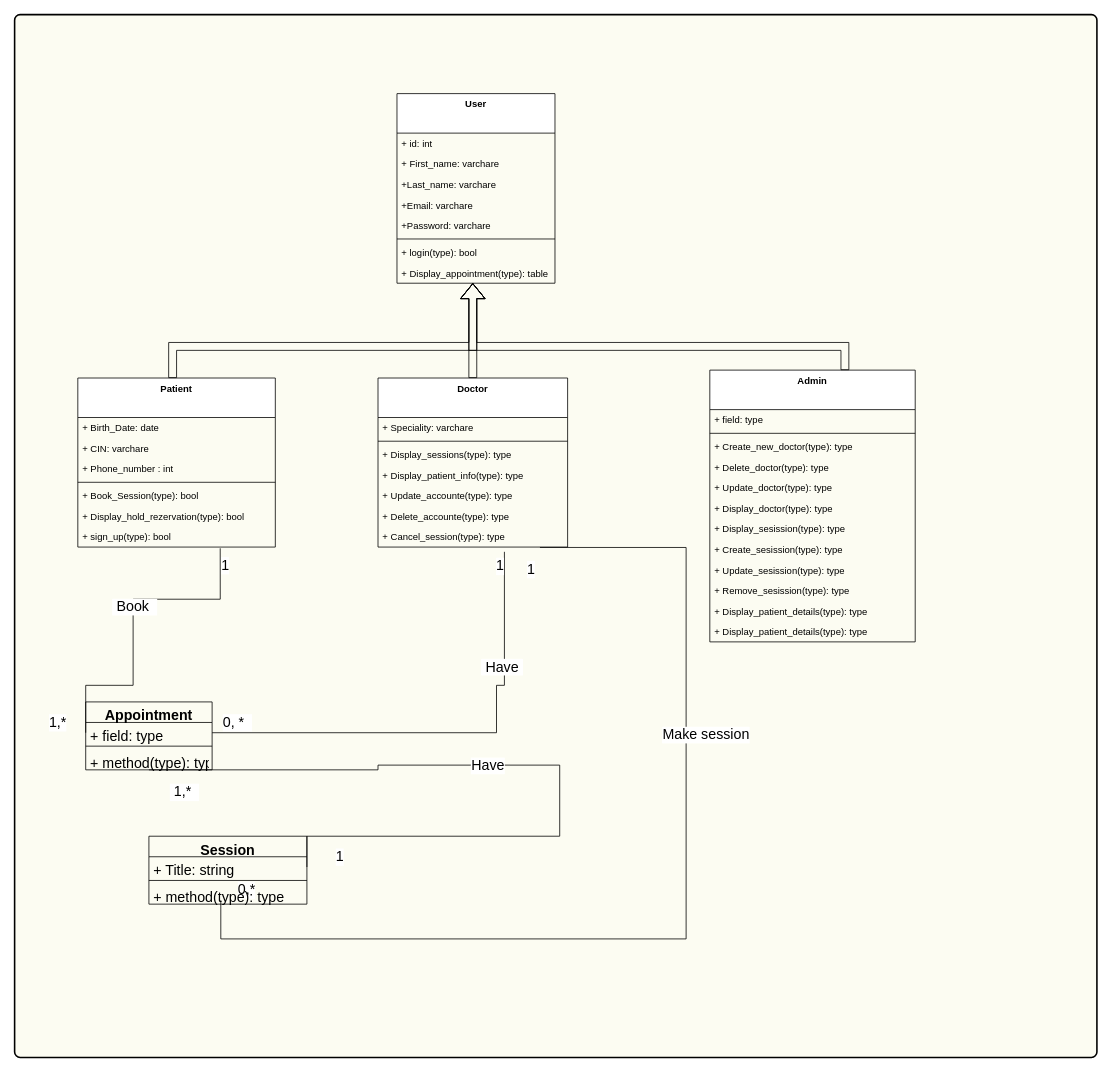
The draw.io diagram Diagramme sans nom.drawio in mjidelouss/Hospital-Management-System, before the edit. Source tidied: cells renumbered, new cells numbered last; positions are measured from the earlier drawing's top-left corner, leaving out a move shared by most shapes. Both pictures are drawn from the tidied source at 79%, with x=0, y=0 at pixel (14, 14).
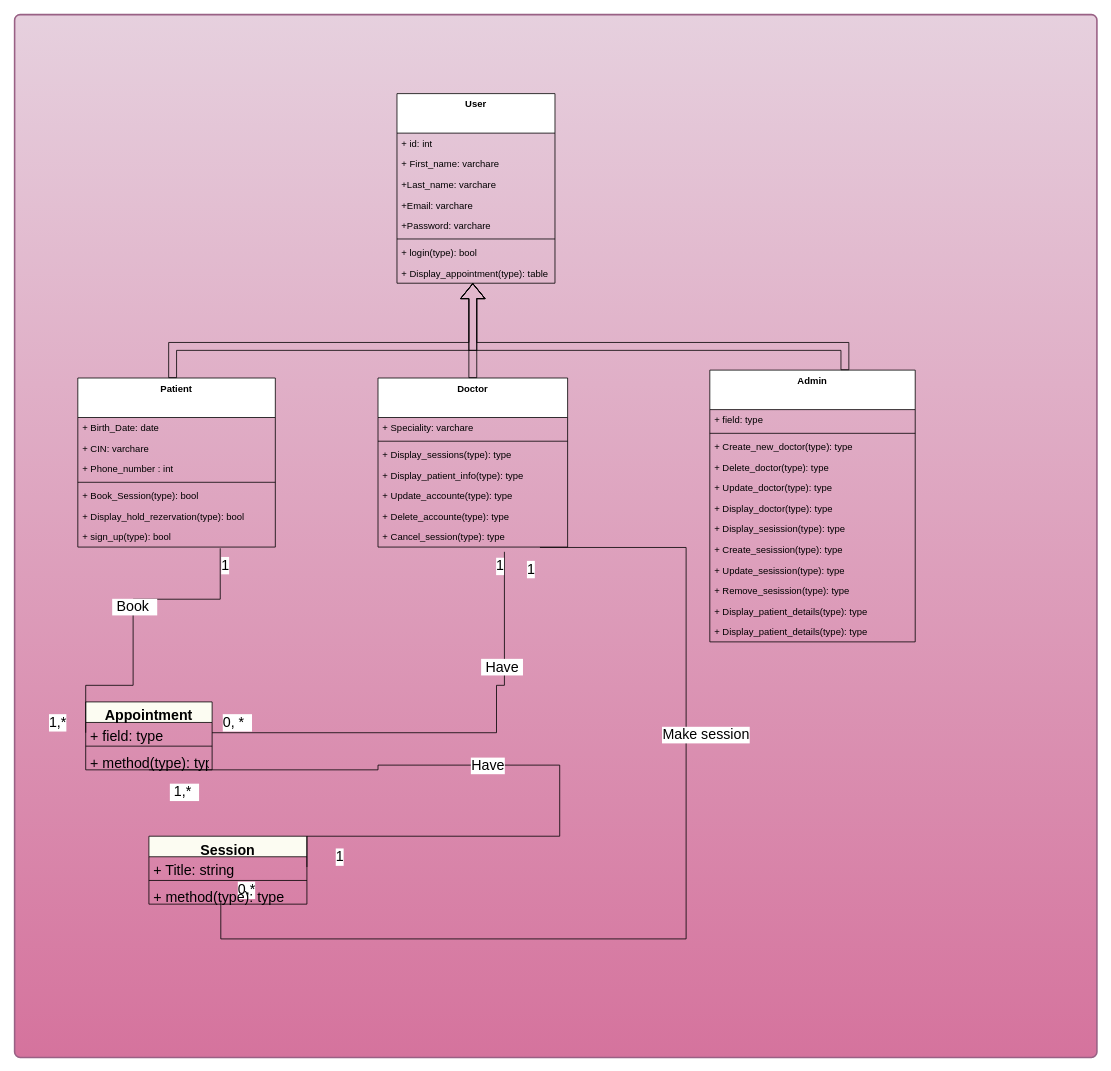
The same diagram, later.

Commit message:
working on linking the pages

Change to the diagram source:
```diff
@@
-    <mxCell id="2" style="rounded=1;whiteSpace=wrap;html=1;absoluteArcSize=1;arcSize=14;strokeWidth=2;fillColor=#FCFCF2;" parent="1" vertex="1">
+    <mxCell id="2" style="rounded=1;whiteSpace=wrap;html=1;absoluteArcSize=1;arcSize=14;strokeWidth=2;fillColor=#e6d0de;strokeColor=#996185;gradientColor=#d5739d;" parent="1" vertex="1">
       <mxGeometry width="1370" height="1320" as="geometry" />
     </mxCell>
```
